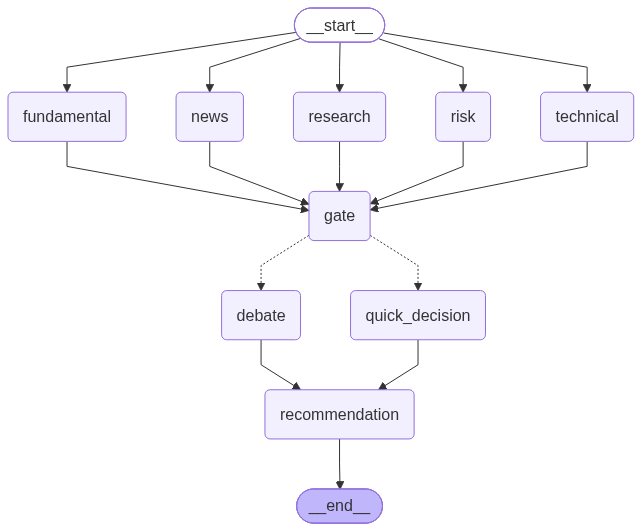
The Mermaid diagram docs/mermaid.png in sumit-0804/AlphaForge-AI, before a commit. Its source is kept beside it as docs/mermaid.mmd.
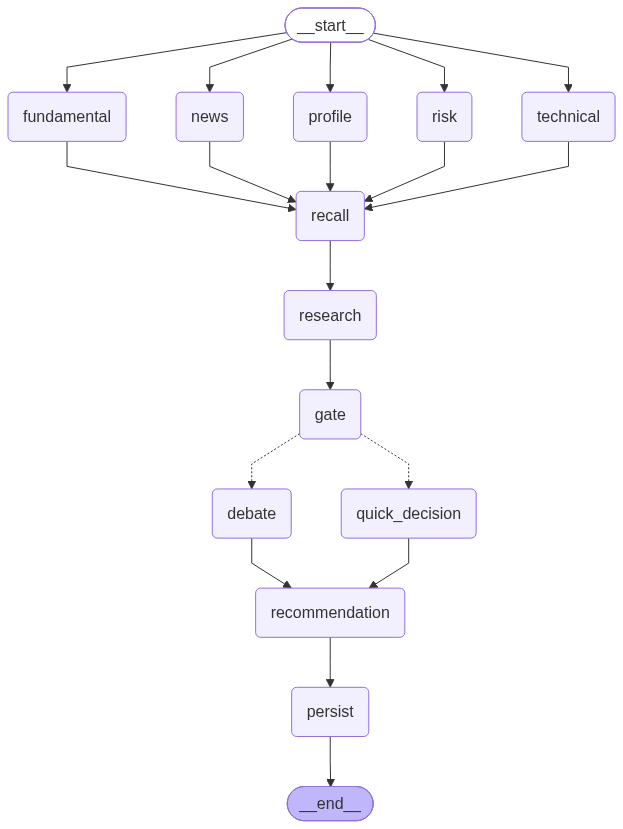
Later version of the same file.

What changed in the source:
```diff
@@ -5,31 +5,37 @@
 ---
 graph TD;
 	__start__([<p>__start__</p>]):::first
-	research(research)
+	profile(profile)
 	technical(technical)
 	fundamental(fundamental)
 	news(news)
 	risk(risk)
+	recall(recall)
+	research(research)
 	gate(gate)
 	debate(debate)
 	quick_decision(quick_decision)
 	recommendation(recommendation)
+	persist(persist)
 	__end__([<p>__end__</p>]):::last
 	__start__ --> fundamental;
 	__start__ --> news;
-	__start__ --> research;
+	__start__ --> profile;
 	__start__ --> risk;
 	__start__ --> technical;
 	debate --> recommendation;
-	fundamental --> gate;
+	fundamental --> recall;
 	gate -.-> debate;
 	gate -.-> quick_decision;
-	news --> gate;
+	news --> recall;
+	profile --> recall;
 	quick_decision --> recommendation;
+	recall --> research;
+	recommendation --> persist;
 	research --> gate;
-	risk --> gate;
-	technical --> gate;
-	recommendation --> __end__;
+	risk --> recall;
+	technical --> recall;
+	persist --> __end__;
 	classDef default fill:#f2f0ff,line-height:1.2
 	classDef first fill-opacity:0
 	classDef last fill:#bfb6fc
```
